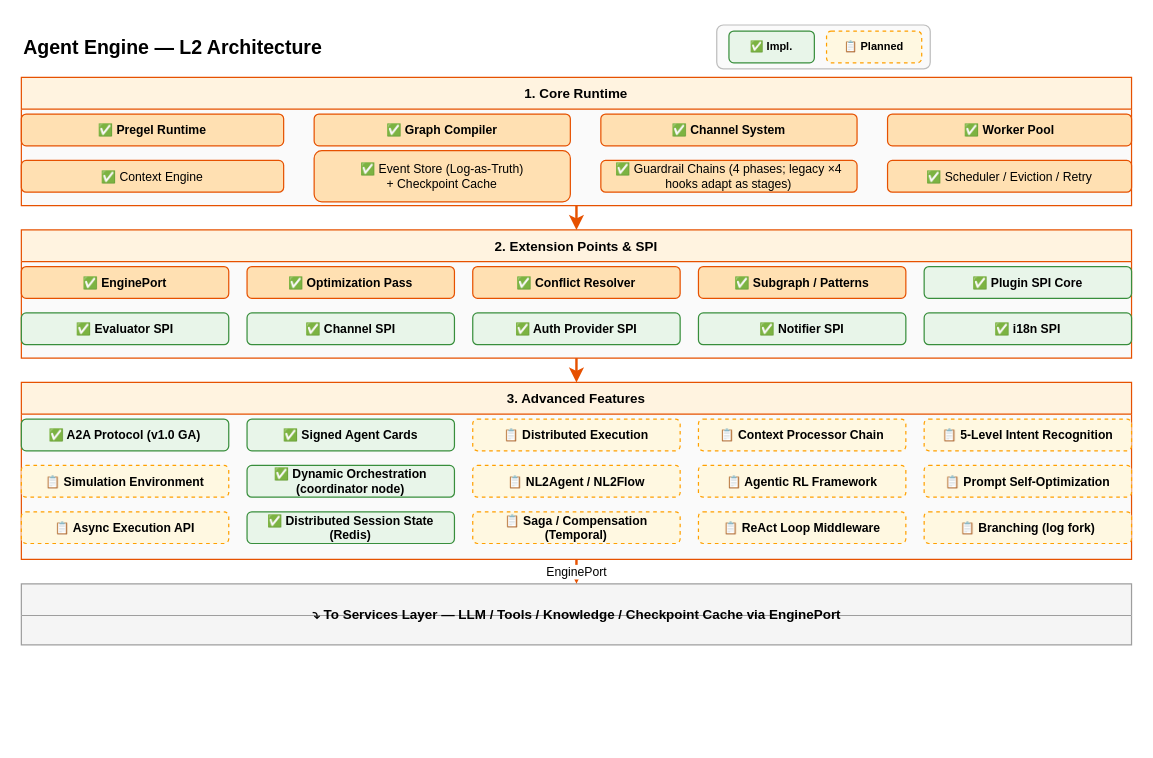
Above: docs/design/hardware/agent-engine-l2.drawio in xueyufish/hecate (draw.io), before the change. Source tidied: cells renumbered, new cells numbered last; positions are measured from the earlier drawing's top-left corner, leaving out a move shared by most shapes. Both pictures are drawn from the tidied source at 122%, with x=0, y=0 at pixel (21, 24).
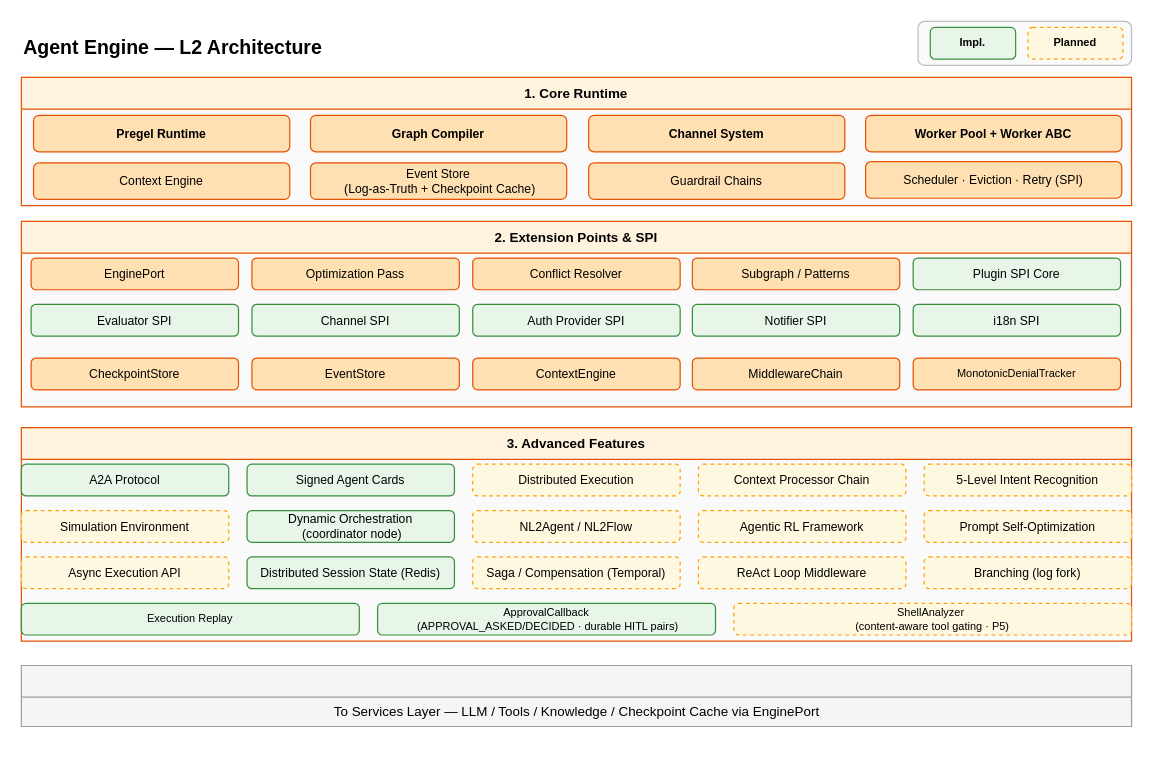
Above is the later version.

Unchanged cells that the change refers to:
```xml
<mxCell id="6" value="1. Core Runtime" style="swimlane;startSize=26;fillColor=#FFF3E0;strokeColor=#E65100;fontSize=11;fontStyle=1;swimlaneFillColor=#FAFAFA;" parent="1" vertex="1">
  <mxGeometry y="43" width="910" height="105" as="geometry" />
</mxCell>
```

Diff of the diagram source:
```diff
@@
     <mxCell id="2" style="rounded=1;whiteSpace=wrap;html=1;fillColor=#FAFAFA;strokeColor=#BDBDBD;strokeWidth=1;" parent="1" vertex="1">
-      <mxGeometry x="570" width="175" height="36" as="geometry" />
+      <mxGeometry x="735" y="-3" width="175" height="36" as="geometry" />
     </mxCell>
-    <mxCell id="3" value="✅ Impl." style="rounded=1;whiteSpace=wrap;html=1;fillColor=#E8F5E9;strokeColor=#388E3C;fontSize=9;fontStyle=1;" parent="1" vertex="1">
-      <mxGeometry x="580" y="5" width="70" height="26" as="geometry" />
+    <mxCell id="3" value="Impl." style="rounded=1;whiteSpace=wrap;html=1;fillColor=#E8F5E9;strokeColor=#388E3C;fontSize=9;fontStyle=1;" parent="1" vertex="1">
+      <mxGeometry x="745" y="2" width="70" height="26" as="geometry" />
     </mxCell>
-    <mxCell id="4" value="📋 Planned" style="rounded=1;whiteSpace=wrap;html=1;fillColor=#FFF8E1;strokeColor=#FFA000;fontSize=9;fontStyle=1;dashed=1;" parent="1" vertex="1">
-      <mxGeometry x="660" y="5" width="78" height="26" as="geometry" />
+    <mxCell id="4" value="Planned" style="rounded=1;whiteSpace=wrap;html=1;fillColor=#FFF8E1;strokeColor=#FFA000;fontSize=9;fontStyle=1;dashed=1;" parent="1" vertex="1">
+      <mxGeometry x="825" y="2" width="78" height="26" as="geometry" />
     </mxCell>
@@
-    <mxCell id="7" value="✅ Pregel Runtime" style="rounded=1;whiteSpace=wrap;html=1;fillColor=#FFE0B2;strokeColor=#E65100;fontSize=10;fontStyle=1;" parent="6" vertex="1">
-      <mxGeometry y="30" width="215" height="26" as="geometry" />
+    <mxCell id="7" value="Pregel Runtime" style="rounded=1;whiteSpace=wrap;html=1;fillColor=#FFE0B2;strokeColor=#E65100;fontSize=10;fontStyle=1;" parent="6" vertex="1">
+      <mxGeometry x="10" y="31" width="210" height="30" as="geometry" />
     </mxCell>
-    <mxCell id="8" value="✅ Graph Compiler" style="rounded=1;whiteSpace=wrap;html=1;fillColor=#FFE0B2;strokeColor=#E65100;fontSize=10;fontStyle=1;" parent="6" vertex="1">
-      <mxGeometry x="240" y="30" width="210" height="26" as="geometry" />
+    <mxCell id="8" value="Graph Compiler" style="rounded=1;whiteSpace=wrap;html=1;fillColor=#FFE0B2;strokeColor=#E65100;fontSize=10;fontStyle=1;" parent="6" vertex="1">
+      <mxGeometry x="237" y="31" width="210" height="30" as="geometry" />
     </mxCell>
-    <mxCell id="9" value="✅ Channel System" style="rounded=1;whiteSpace=wrap;html=1;fillColor=#FFE0B2;strokeColor=#E65100;fontSize=10;fontStyle=1;" parent="6" vertex="1">
-      <mxGeometry x="475" y="30" width="210" height="26" as="geometry" />
+    <mxCell id="9" value="Channel System" style="rounded=1;whiteSpace=wrap;html=1;fillColor=#FFE0B2;strokeColor=#E65100;fontSize=10;fontStyle=1;" parent="6" vertex="1">
+      <mxGeometry x="465" y="31" width="210" height="30" as="geometry" />
     </mxCell>
-    <mxCell id="10" value="✅ Worker Pool" style="rounded=1;whiteSpace=wrap;html=1;fillColor=#FFE0B2;strokeColor=#E65100;fontSize=10;fontStyle=1;" parent="6" vertex="1">
-      <mxGeometry x="710" y="30" width="200" height="26" as="geometry" />
+    <mxCell id="10" value="Worker Pool + Worker ABC" style="rounded=1;whiteSpace=wrap;html=1;fillColor=#FFE0B2;strokeColor=#E65100;fontSize=10;fontStyle=1;" parent="6" vertex="1">
+      <mxGeometry x="692" y="31" width="210" height="30" as="geometry" />
     </mxCell>
-    <mxCell id="11" value="✅ Context Engine" style="rounded=1;whiteSpace=wrap;html=1;fillColor=#FFE0B2;strokeColor=#E65100;fontSize=10;" parent="6" vertex="1">
-      <mxGeometry y="68" width="215" height="26" as="geometry" />
+    <mxCell id="11" value="Context Engine" style="rounded=1;whiteSpace=wrap;html=1;fillColor=#FFE0B2;strokeColor=#E65100;fontSize=10;" parent="6" vertex="1">
+      <mxGeometry x="10" y="70" width="210" height="30" as="geometry" />
     </mxCell>
-    <mxCell id="12" value="✅ Event Store (Log-as-Truth)&#10;+ Checkpoint Cache" style="rounded=1;whiteSpace=wrap;html=1;fillColor=#FFE0B2;strokeColor=#E65100;fontSize=10;" parent="6" vertex="1">
-      <mxGeometry x="240" y="60" width="210" height="42" as="geometry" />
+    <mxCell id="12" value="Event Store&lt;div&gt;&amp;nbsp;(Log-as-Truth&amp;nbsp;+ Checkpoint Cache)&lt;/div&gt;" style="rounded=1;whiteSpace=wrap;html=1;fillColor=#FFE0B2;strokeColor=#E65100;fontSize=10;" parent="6" vertex="1">
+      <mxGeometry x="237" y="70" width="210" height="30" as="geometry" />
     </mxCell>
-    <mxCell id="13" value="✅ Guardrail Chains (4 phases; legacy ×4 hooks adapt as stages)" style="rounded=1;whiteSpace=wrap;html=1;fillColor=#FFE0B2;strokeColor=#E65100;fontSize=10;" parent="6" vertex="1">
-      <mxGeometry x="475" y="68" width="210" height="26" as="geometry" />
+    <mxCell id="13" value="Guardrail Chains" style="rounded=1;whiteSpace=wrap;html=1;fillColor=#FFE0B2;strokeColor=#E65100;fontSize=10;" parent="6" vertex="1">
+      <mxGeometry x="465" y="70" width="210" height="30" as="geometry" />
     </mxCell>
-    <mxCell id="14" value="✅ Scheduler / Eviction / Retry" style="rounded=1;whiteSpace=wrap;html=1;fillColor=#FFE0B2;strokeColor=#E65100;fontSize=10;" parent="6" vertex="1">
-      <mxGeometry x="710" y="68" width="200" height="26" as="geometry" />
+    <mxCell id="14" value="Scheduler · Eviction · Retry (SPI)" style="rounded=1;whiteSpace=wrap;html=1;fillColor=#FFE0B2;strokeColor=#E65100;fontSize=10;" parent="6" vertex="1">
+      <mxGeometry x="692" y="69" width="210" height="30" as="geometry" />
     </mxCell>
     <mxCell id="15" value="2. Extension Points &amp; SPI" style="swimlane;startSize=26;fillColor=#FFF3E0;strokeColor=#E65100;fontSize=11;fontStyle=1;swimlaneFillColor=#FAFAFA;" parent="1" vertex="1">
-      <mxGeometry y="168" width="910" height="105" as="geometry" />
+      <mxGeometry y="161" width="910" height="152" as="geometry" />
     </mxCell>
-    <mxCell id="16" value="✅ EnginePort" style="rounded=1;whiteSpace=wrap;html=1;fillColor=#FFE0B2;strokeColor=#E65100;fontSize=10;fontStyle=1;" parent="15" vertex="1">
-      <mxGeometry y="30" width="170" height="26" as="geometry" />
+    <mxCell id="16" value="EnginePort" style="rounded=1;whiteSpace=wrap;html=1;fillColor=#FFE0B2;strokeColor=#E65100;fontSize=10;fontStyle=0;" parent="15" vertex="1">
+      <mxGeometry x="8" y="30" width="170" height="26" as="geometry" />
     </mxCell>
-    <mxCell id="17" value="✅ Optimization Pass" style="rounded=1;whiteSpace=wrap;html=1;fillColor=#FFE0B2;strokeColor=#E65100;fontSize=10;fontStyle=1;" parent="15" vertex="1">
-      <mxGeometry x="185" y="30" width="170" height="26" as="geometry" />
+    <mxCell id="17" value="Optimization Pass" style="rounded=1;whiteSpace=wrap;html=1;fillColor=#FFE0B2;strokeColor=#E65100;fontSize=10;fontStyle=0;" parent="15" vertex="1">
+      <mxGeometry x="189" y="30" width="170" height="26" as="geometry" />
     </mxCell>
-    <mxCell id="18" value="✅ Conflict Resolver" style="rounded=1;whiteSpace=wrap;html=1;fillColor=#FFE0B2;strokeColor=#E65100;fontSize=10;fontStyle=1;" parent="15" vertex="1">
+    <mxCell id="18" value="Conflict Resolver" style="rounded=1;whiteSpace=wrap;html=1;fillColor=#FFE0B2;strokeColor=#E65100;fontSize=10;fontStyle=0;" parent="15" vertex="1">
       <mxGeometry x="370" y="30" width="170" height="26" as="geometry" />
     </mxCell>
-    <mxCell id="19" value="✅ Subgraph / Patterns" style="rounded=1;whiteSpace=wrap;html=1;fillColor=#FFE0B2;strokeColor=#E65100;fontSize=10;fontStyle=1;" parent="15" vertex="1">
-      <mxGeometry x="555" y="30" width="170" height="26" as="geometry" />
+    <mxCell id="19" value="Subgraph / Patterns" style="rounded=1;whiteSpace=wrap;html=1;fillColor=#FFE0B2;strokeColor=#E65100;fontSize=10;fontStyle=0;" parent="15" vertex="1">
+      <mxGeometry x="550" y="30" width="170" height="26" as="geometry" />
     </mxCell>
-    <mxCell id="20" value="✅ Plugin SPI Core" style="rounded=1;whiteSpace=wrap;html=1;fillColor=#E8F5E9;strokeColor=#388E3C;fontSize=10;fontStyle=1;" parent="15" vertex="1">
-      <mxGeometry x="740" y="30" width="170" height="26" as="geometry" />
+    <mxCell id="20" value="Plugin SPI Core" style="rounded=1;whiteSpace=wrap;html=1;fillColor=#E8F5E9;strokeColor=#388E3C;fontSize=10;fontStyle=0;" parent="15" vertex="1">
+      <mxGeometry x="731" y="30" width="170" height="26" as="geometry" />
     </mxCell>
-    <mxCell id="21" value="✅ Evaluator SPI" style="rounded=1;whiteSpace=wrap;html=1;fillColor=#E8F5E9;strokeColor=#388E3C;fontSize=10;fontStyle=1;" parent="15" vertex="1">
-      <mxGeometry y="68" width="170" height="26" as="geometry" />
+    <mxCell id="21" value="Evaluator SPI" style="rounded=1;whiteSpace=wrap;html=1;fillColor=#E8F5E9;strokeColor=#388E3C;fontSize=10;fontStyle=0;" parent="15" vertex="1">
+      <mxGeometry x="8" y="68" width="170" height="26" as="geometry" />
     </mxCell>
-    <mxCell id="22" value="✅ Channel SPI" style="rounded=1;whiteSpace=wrap;html=1;fillColor=#E8F5E9;strokeColor=#388E3C;fontSize=10;fontStyle=1;" parent="15" vertex="1">
-      <mxGeometry x="185" y="68" width="170" height="26" as="geometry" />
+    <mxCell id="22" value="Channel SPI" style="rounded=1;whiteSpace=wrap;html=1;fillColor=#E8F5E9;strokeColor=#388E3C;fontSize=10;fontStyle=0;" parent="15" vertex="1">
+      <mxGeometry x="189" y="68" width="170" height="26" as="geometry" />
     </mxCell>
-    <mxCell id="23" value="✅ Auth Provider SPI" style="rounded=1;whiteSpace=wrap;html=1;fillColor=#E8F5E9;strokeColor=#388E3C;fontSize=10;fontStyle=1;" parent="15" vertex="1">
+    <mxCell id="23" value="Auth Provider SPI" style="rounded=1;whiteSpace=wrap;html=1;fillColor=#E8F5E9;strokeColor=#388E3C;fontSize=10;fontStyle=0;" parent="15" vertex="1">
       <mxGeometry x="370" y="68" width="170" height="26" as="geometry" />
     </mxCell>
-    <mxCell id="24" value="✅ Notifier SPI" style="rounded=1;whiteSpace=wrap;html=1;fillColor=#E8F5E9;strokeColor=#388E3C;fontSize=10;fontStyle=1;" parent="15" vertex="1">
-      <mxGeometry x="555" y="68" width="170" height="26" as="geometry" />
+    <mxCell id="24" value="Notifier SPI" style="rounded=1;whiteSpace=wrap;html=1;fillColor=#E8F5E9;strokeColor=#388E3C;fontSize=10;fontStyle=0;" parent="15" vertex="1">
+      <mxGeometry x="550" y="68" width="170" height="26" as="geometry" />
     </mxCell>
-    <mxCell id="25" value="✅ i18n SPI" style="rounded=1;whiteSpace=wrap;html=1;fillColor=#E8F5E9;strokeColor=#388E3C;fontSize=10;fontStyle=1;" parent="15" vertex="1">
-      <mxGeometry x="740" y="68" width="170" height="26" as="geometry" />
+    <mxCell id="25" value="i18n SPI" style="rounded=1;whiteSpace=wrap;html=1;fillColor=#E8F5E9;strokeColor=#388E3C;fontSize=10;fontStyle=0;" parent="15" vertex="1">
+      <mxGeometry x="731" y="68" width="170" height="26" as="geometry" />
     </mxCell>
+    <mxCell id="47" value="CheckpointStore" style="rounded=1;whiteSpace=wrap;html=1;fillColor=#FFE0B2;strokeColor=#E65100;fontSize=10;fontStyle=0;" parent="15" vertex="1">
+      <mxGeometry x="8" y="112" width="170" height="26" as="geometry" />
+    </mxCell>
+    <mxCell id="48" value="EventStore" style="rounded=1;whiteSpace=wrap;html=1;fillColor=#FFE0B2;strokeColor=#E65100;fontSize=10;fontStyle=0;" parent="15" vertex="1">
+      <mxGeometry x="189" y="112" width="170" height="26" as="geometry" />
+    </mxCell>
+    <mxCell id="49" value="ContextEngine" style="rounded=1;whiteSpace=wrap;html=1;fillColor=#FFE0B2;strokeColor=#E65100;fontSize=10;fontStyle=0;" parent="15" vertex="1">
+      <mxGeometry x="370" y="112" width="170" height="26" as="geometry" />
+    </mxCell>
+    <mxCell id="50" value="MiddlewareChain" style="rounded=1;whiteSpace=wrap;html=1;fillColor=#FFE0B2;strokeColor=#E65100;fontSize=10;fontStyle=0;" parent="15" vertex="1">
+      <mxGeometry x="550" y="112" width="170" height="26" as="geometry" />
+    </mxCell>
+    <mxCell id="51" value="MonotonicDenialTracker" style="rounded=1;whiteSpace=wrap;html=1;fillColor=#FFE0B2;strokeColor=#E65100;fontSize=9;fontStyle=0;" parent="15" vertex="1">
+      <mxGeometry x="731" y="112" width="170" height="26" as="geometry" />
+    </mxCell>
     <mxCell id="26" value="3. Advanced Features" style="swimlane;startSize=26;fillColor=#FFF3E0;strokeColor=#E65100;fontSize=11;fontStyle=1;swimlaneFillColor=#FAFAFA;" parent="1" vertex="1">
-      <mxGeometry y="293" width="910" height="145" as="geometry" />
+      <mxGeometry y="330" width="910" height="175" as="geometry" />
     </mxCell>
-    <mxCell id="27" value="✅ A2A Protocol (v1.0 GA)" style="rounded=1;whiteSpace=wrap;html=1;fillColor=#E8F5E9;strokeColor=#388E3C;fontSize=10;fontStyle=1;" parent="26" vertex="1">
+    <mxCell id="27" value="A2A Protocol" style="rounded=1;whiteSpace=wrap;html=1;fillColor=#E8F5E9;strokeColor=#388E3C;fontSize=10;fontStyle=0;" parent="26" vertex="1">
       <mxGeometry y="30" width="170" height="26" as="geometry" />
     </mxCell>
-    <mxCell id="28" value="✅ Signed Agent Cards" style="rounded=1;whiteSpace=wrap;html=1;fillColor=#E8F5E9;strokeColor=#388E3C;fontSize=10;fontStyle=1;" parent="26" vertex="1">
+    <mxCell id="28" value="Signed Agent Cards" style="rounded=1;whiteSpace=wrap;html=1;fillColor=#E8F5E9;strokeColor=#388E3C;fontSize=10;fontStyle=0;" parent="26" vertex="1">
       <mxGeometry x="185" y="30" width="170" height="26" as="geometry" />
     </mxCell>
-    <mxCell id="29" value="📋 Distributed Execution" style="rounded=1;whiteSpace=wrap;html=1;fillColor=#FFF8E1;strokeColor=#FFA000;fontSize=10;fontStyle=1;dashed=1;" parent="26" vertex="1">
+    <mxCell id="29" value="Distributed Execution" style="rounded=1;whiteSpace=wrap;html=1;fillColor=#FFF8E1;strokeColor=#FFA000;fontSize=10;fontStyle=0;dashed=1;" parent="26" vertex="1">
       <mxGeometry x="370" y="30" width="170" height="26" as="geometry" />
     </mxCell>
-    <mxCell id="30" value="📋 Context Processor Chain" style="rounded=1;whiteSpace=wrap;html=1;fillColor=#FFF8E1;strokeColor=#FFA000;fontSize=10;fontStyle=1;dashed=1;" parent="26" vertex="1">
+    <mxCell id="30" value="Context Processor Chain" style="rounded=1;whiteSpace=wrap;html=1;fillColor=#FFF8E1;strokeColor=#FFA000;fontSize=10;fontStyle=0;dashed=1;" parent="26" vertex="1">
       <mxGeometry x="555" y="30" width="170" height="26" as="geometry" />
     </mxCell>
-    <mxCell id="31" value="📋 5-Level Intent Recognition" style="rounded=1;whiteSpace=wrap;html=1;fillColor=#FFF8E1;strokeColor=#FFA000;fontSize=10;fontStyle=1;dashed=1;" parent="26" vertex="1">
+    <mxCell id="31" value="5-Level Intent Recognition" style="rounded=1;whiteSpace=wrap;html=1;fillColor=#FFF8E1;strokeColor=#FFA000;fontSize=10;fontStyle=0;dashed=1;" parent="26" vertex="1">
       <mxGeometry x="740" y="30" width="170" height="26" as="geometry" />
     </mxCell>
-    <mxCell id="32" value="📋 Simulation Environment" style="rounded=1;whiteSpace=wrap;html=1;fillColor=#FFF8E1;strokeColor=#FFA000;fontSize=10;fontStyle=1;dashed=1;" parent="26" vertex="1">
+    <mxCell id="32" value="Simulation Environment" style="rounded=1;whiteSpace=wrap;html=1;fillColor=#FFF8E1;strokeColor=#FFA000;fontSize=10;fontStyle=0;dashed=1;" parent="26" vertex="1">
       <mxGeometry y="68" width="170" height="26" as="geometry" />
     </mxCell>
-    <mxCell id="33" value="✅ Dynamic Orchestration (coordinator node)" style="rounded=1;whiteSpace=wrap;html=1;fillColor=#E8F5E9;strokeColor=#388E3C;fontSize=10;fontStyle=1;" parent="26" vertex="1">
+    <mxCell id="33" value="Dynamic Orchestration&lt;div&gt;&amp;nbsp;(coordinator node)&lt;/div&gt;" style="rounded=1;whiteSpace=wrap;html=1;fillColor=#E8F5E9;strokeColor=#388E3C;fontSize=10;fontStyle=0;" parent="26" vertex="1">
       <mxGeometry x="185" y="68" width="170" height="26" as="geometry" />
     </mxCell>
-    <mxCell id="34" value="📋 NL2Agent / NL2Flow" style="rounded=1;whiteSpace=wrap;html=1;fillColor=#FFF8E1;strokeColor=#FFA000;fontSize=10;fontStyle=1;dashed=1;" parent="26" vertex="1">
+    <mxCell id="34" value="NL2Agent / NL2Flow" style="rounded=1;whiteSpace=wrap;html=1;fillColor=#FFF8E1;strokeColor=#FFA000;fontSize=10;fontStyle=0;dashed=1;" parent="26" vertex="1">
       <mxGeometry x="370" y="68" width="170" height="26" as="geometry" />
     </mxCell>
-    <mxCell id="35" value="📋 Agentic RL Framework" style="rounded=1;whiteSpace=wrap;html=1;fillColor=#FFF8E1;strokeColor=#FFA000;fontSize=10;fontStyle=1;dashed=1;" parent="26" vertex="1">
+    <mxCell id="35" value="Agentic RL Framework" style="rounded=1;whiteSpace=wrap;html=1;fillColor=#FFF8E1;strokeColor=#FFA000;fontSize=10;fontStyle=0;dashed=1;" parent="26" vertex="1">
       <mxGeometry x="555" y="68" width="170" height="26" as="geometry" />
     </mxCell>
-    <mxCell id="36" value="📋 Prompt Self-Optimization" style="rounded=1;whiteSpace=wrap;html=1;fillColor=#FFF8E1;strokeColor=#FFA000;fontSize=10;fontStyle=1;dashed=1;" parent="26" vertex="1">
+    <mxCell id="36" value="Prompt Self-Optimization" style="rounded=1;whiteSpace=wrap;html=1;fillColor=#FFF8E1;strokeColor=#FFA000;fontSize=10;fontStyle=0;dashed=1;" parent="26" vertex="1">
       <mxGeometry x="740" y="68" width="170" height="26" as="geometry" />
     </mxCell>
-    <mxCell id="37" value="📋 Async Execution API" style="rounded=1;whiteSpace=wrap;html=1;fillColor=#FFF8E1;strokeColor=#FFA000;fontSize=10;fontStyle=1;dashed=1;" parent="26" vertex="1">
+    <mxCell id="37" value="Async Execution API" style="rounded=1;whiteSpace=wrap;html=1;fillColor=#FFF8E1;strokeColor=#FFA000;fontSize=10;fontStyle=0;dashed=1;" parent="26" vertex="1">
       <mxGeometry y="106" width="170" height="26" as="geometry" />
     </mxCell>
-    <mxCell id="38" value="✅ Distributed Session State (Redis)" style="rounded=1;whiteSpace=wrap;html=1;fillColor=#E8F5E9;strokeColor=#388E3C;fontSize=10;fontStyle=1;" parent="26" vertex="1">
+    <mxCell id="38" value="Distributed Session State (Redis)" style="rounded=1;whiteSpace=wrap;html=1;fillColor=#E8F5E9;strokeColor=#388E3C;fontSize=10;fontStyle=0;" parent="26" vertex="1">
       <mxGeometry x="185" y="106" width="170" height="26" as="geometry" />
     </mxCell>
-    <mxCell id="39" value="📋 Saga / Compensation (Temporal)" style="rounded=1;whiteSpace=wrap;html=1;fillColor=#FFF8E1;strokeColor=#FFA000;fontSize=10;fontStyle=1;dashed=1;" parent="26" vertex="1">
+    <mxCell id="39" value="Saga / Compensation (Temporal)" style="rounded=1;whiteSpace=wrap;html=1;fillColor=#FFF8E1;strokeColor=#FFA000;fontSize=10;fontStyle=0;dashed=1;" parent="26" vertex="1">
       <mxGeometry x="370" y="106" width="170" height="26" as="geometry" />
     </mxCell>
-    <mxCell id="40" value="📋 ReAct Loop Middleware" style="rounded=1;whiteSpace=wrap;html=1;fillColor=#FFF8E1;strokeColor=#FFA000;fontSize=10;fontStyle=1;dashed=1;" parent="26" vertex="1">
+    <mxCell id="40" value="ReAct Loop Middleware" style="rounded=1;whiteSpace=wrap;html=1;fillColor=#FFF8E1;strokeColor=#FFA000;fontSize=10;fontStyle=0;dashed=1;" parent="26" vertex="1">
       <mxGeometry x="555" y="106" width="170" height="26" as="geometry" />
     </mxCell>
-    <mxCell id="41" value="📋 Branching (log fork)" style="rounded=1;whiteSpace=wrap;html=1;fillColor=#FFF8E1;strokeColor=#FFA000;fontSize=10;fontStyle=1;dashed=1;" parent="26" vertex="1">
+    <mxCell id="41" value="Branching (log fork)" style="rounded=1;whiteSpace=wrap;html=1;fillColor=#FFF8E1;strokeColor=#FFA000;fontSize=10;fontStyle=0;dashed=1;" parent="26" vertex="1">
       <mxGeometry x="740" y="106" width="170" height="26" as="geometry" />
     </mxCell>
+    <mxCell id="52" value="Execution Replay" style="rounded=1;whiteSpace=wrap;html=1;fillColor=#E8F5E9;strokeColor=#388E3C;fontSize=9;fontStyle=0;" parent="26" vertex="1">
+      <mxGeometry y="144" width="277" height="26" as="geometry" />
+    </mxCell>
+    <mxCell id="53" value="ApprovalCallback&lt;div&gt;&amp;nbsp;(APPROVAL_ASKED/DECIDED · durable HITL pairs)&lt;/div&gt;" style="rounded=1;whiteSpace=wrap;html=1;fillColor=#E8F5E9;strokeColor=#388E3C;fontSize=9;fontStyle=0;" parent="26" vertex="1">
+      <mxGeometry x="292" y="144" width="277" height="26" as="geometry" />
+    </mxCell>
+    <mxCell id="54" value="ShellAnalyzer&amp;nbsp;&lt;div&gt;(content-aware tool gating · P5)&lt;/div&gt;" style="rounded=1;whiteSpace=wrap;html=1;fillColor=#FFF8E1;strokeColor=#FFA000;fontSize=9;fontStyle=0;dashed=1;" parent="26" vertex="1">
+      <mxGeometry x="584" y="144" width="326" height="26" as="geometry" />
+    </mxCell>
     <mxCell id="42" style="swimlane;startSize=26;fillColor=#F5F5F5;strokeColor=#9E9E9E;fontSize=11;fontStyle=1;swimlaneFillColor=#F5F5F5;" parent="1" vertex="1">
-      <mxGeometry y="458" width="910" height="50" as="geometry" />
+      <mxGeometry y="525" width="910" height="50" as="geometry" />
     </mxCell>
-    <mxCell id="43" value="⤵  To Services Layer — LLM / Tools / Knowledge / Checkpoint Cache via EnginePort" style="text;html=1;fontSize=11;fontStyle=1;align=center;verticalAlign=middle;fillColor=none;strokeColor=none;" parent="42" vertex="1">
-      <mxGeometry x="155" y="5" width="600" height="40" as="geometry" />
+    <mxCell id="43" value="To Services Layer — LLM / Tools / Knowledge / Checkpoint Cache via EnginePort" style="text;html=1;fontSize=11;fontStyle=0;align=center;verticalAlign=middle;fillColor=none;strokeColor=none;" parent="42" vertex="1">
+      <mxGeometry x="155" y="18" width="600" height="40" as="geometry" />
     </mxCell>
-    <mxCell id="44" style="edgeStyle=orthogonalEdgeStyle;rounded=1;jettySize=auto;html=1;strokeColor=#E65100;strokeWidth=2;exitX=0.5;exitY=1;exitDx=0;exitDy=0;entryX=0.5;entryY=0;entryDx=0;entryDy=0;" parent="1" edge="1" source="6" target="15">
-      <mxGeometry relative="1" as="geometry" />
-    </mxCell>
-    <mxCell id="45" style="edgeStyle=orthogonalEdgeStyle;rounded=1;jettySize=auto;html=1;strokeColor=#E65100;strokeWidth=2;exitX=0.5;exitY=1;exitDx=0;exitDy=0;entryX=0.5;entryY=0;entryDx=0;entryDy=0;" parent="1" edge="1" source="15" target="26">
-      <mxGeometry relative="1" as="geometry" />
-    </mxCell>
-    <mxCell id="46" value="EnginePort" style="edgeStyle=orthogonalEdgeStyle;rounded=1;jettySize=auto;html=1;strokeColor=#E65100;strokeWidth=2;fontSize=10;exitX=0.5;exitY=1;exitDx=0;exitDy=0;entryX=0.5;entryY=0;entryDx=0;entryDy=0;" parent="1" edge="1" source="26" target="42">
-      <mxGeometry relative="1" as="geometry" />
-    </mxCell>
```
